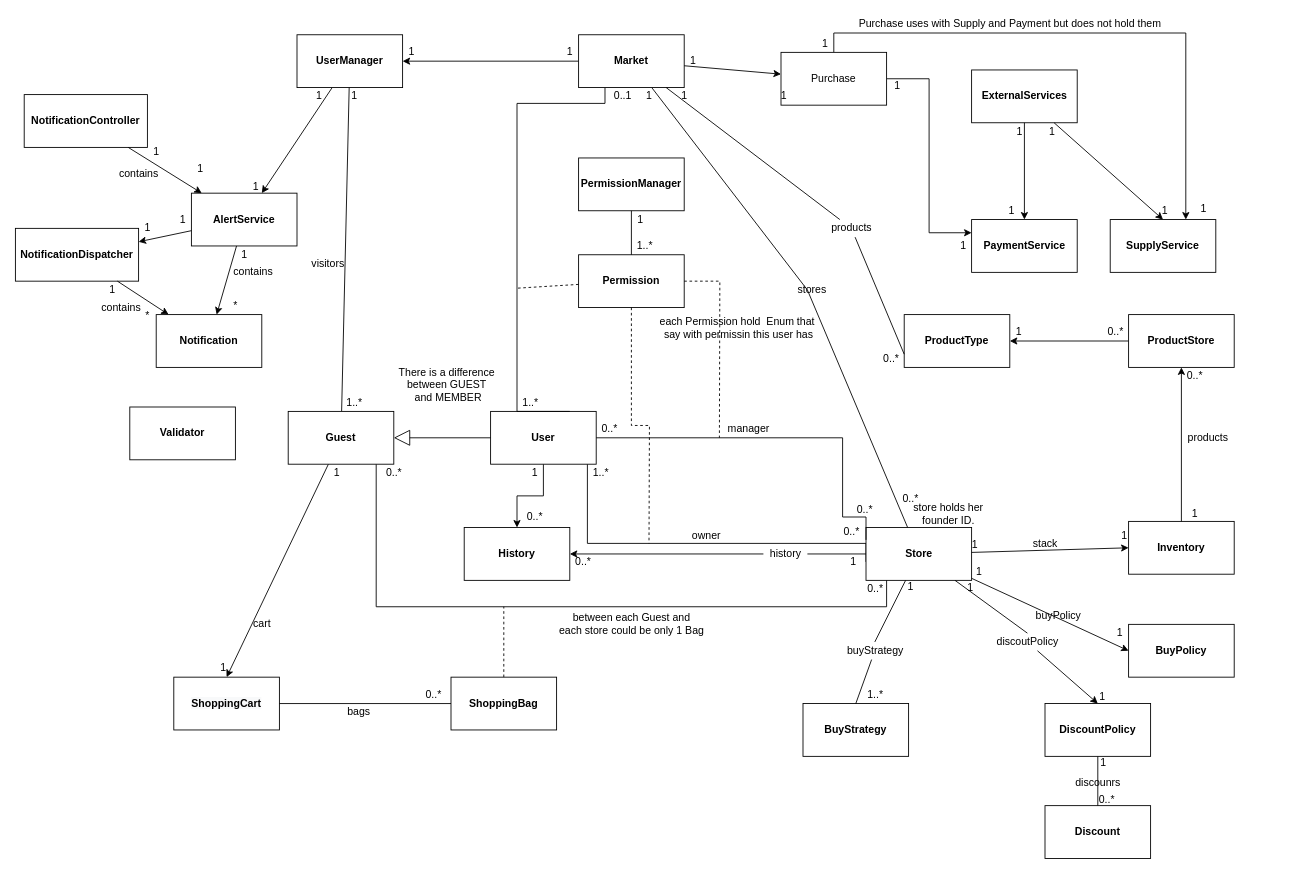
Sadna-Market/Market keeps this draw.io diagram as Files/version 2 - files/white diagram.drawio. Above is the earlier version. Source tidied: cells renumbered, new cells numbered last; positions are measured from the earlier drawing's top-left corner, leaving out a move shared by most shapes. Both pictures are drawn from the tidied source at 88%, with x=0, y=0 at pixel (15, 15).
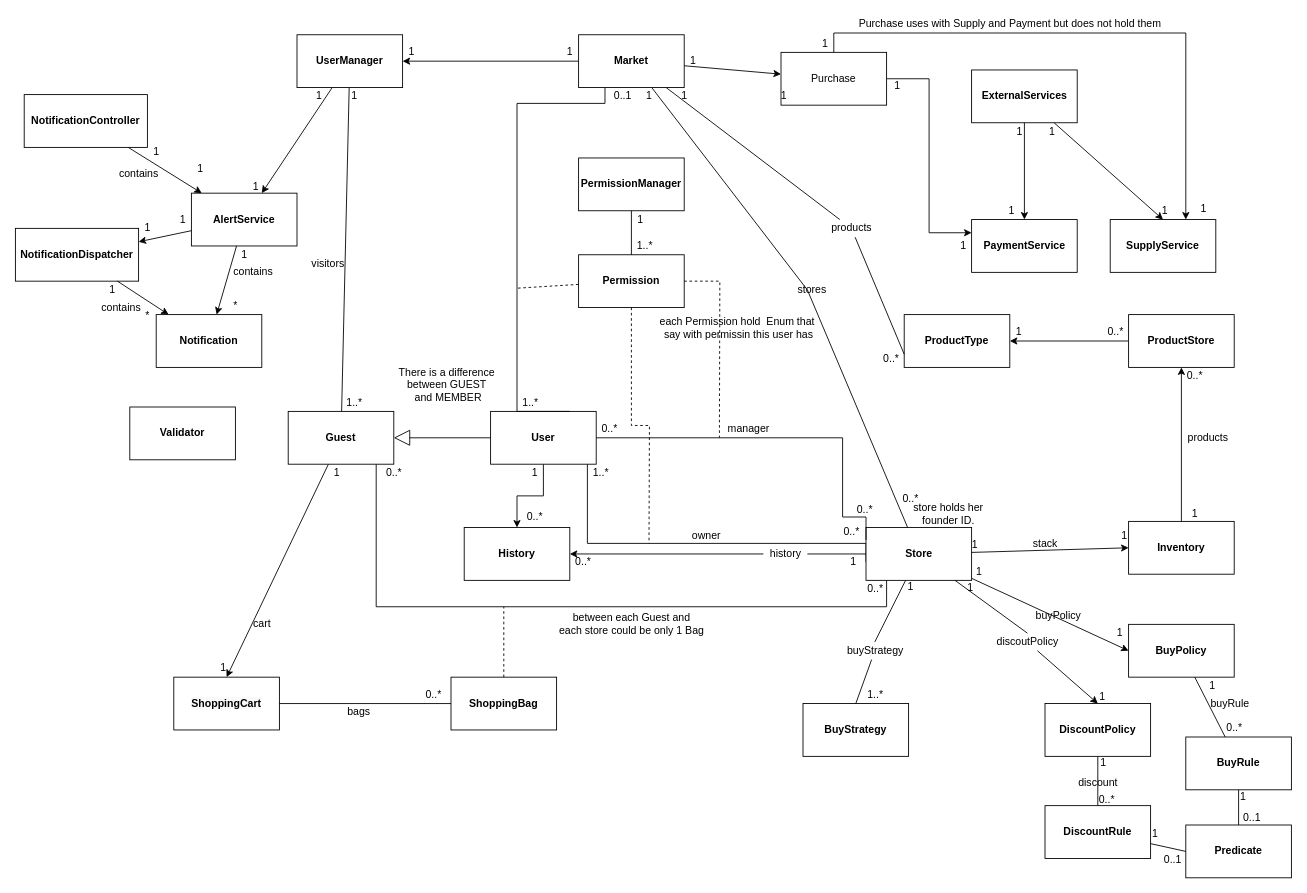
After the change.

Unchanged cells that the change refers to:
```xml
<mxCell id="68" value="&lt;span style=&quot;font-weight: 700&quot;&gt;BuyPolicy&lt;/span&gt;" style="rounded=0;whiteSpace=wrap;html=1;" parent="1" vertex="1">
  <mxGeometry x="1265" y="692" width="120" height="60" as="geometry" />
</mxCell>
```

Change to the diagram source:
```diff
@@
-    <mxCell id="53" value="&lt;b&gt;Discount&lt;/b&gt;" style="rounded=0;whiteSpace=wrap;html=1;" parent="1" vertex="1">
+    <mxCell id="53" value="&lt;b&gt;DiscountRule&lt;/b&gt;" style="rounded=0;whiteSpace=wrap;html=1;" parent="1" vertex="1">
       <mxGeometry x="1170" y="898" width="120" height="60" as="geometry" />
     </mxCell>
@@
-    <mxCell id="57" value="discounrs" style="text;html=1;align=center;verticalAlign=middle;strokeColor=none;fillColor=none;" parent="1" vertex="1">
-      <mxGeometry x="1195" y="862" width="70" height="20" as="geometry" />
+    <mxCell id="57" value="discount" style="text;html=1;align=center;verticalAlign=middle;strokeColor=none;fillColor=none;" parent="1" vertex="1">
+      <mxGeometry x="1200" y="862" width="60" height="20" as="geometry" />
     </mxCell>
@@
+    <mxCell id="148" value="&lt;span&gt;&lt;b&gt;BuyRule&lt;/b&gt;&lt;/span&gt;" style="rounded=0;whiteSpace=wrap;html=1;" parent="1" vertex="1">
+      <mxGeometry x="1330" y="820" width="120" height="60" as="geometry" />
+    </mxCell>
+    <mxCell id="149" style="endArrow=none;html=1;" parent="1" edge="1" source="148" target="68">
+      <mxGeometry relative="1" as="geometry" />
+    </mxCell>
+    <mxCell id="150" value="1" style="text;html=1;align=center;verticalAlign=middle;strokeColor=none;fillColor=none;" parent="1" vertex="1">
+      <mxGeometry x="1350" y="752" width="20" height="20" as="geometry" />
+    </mxCell>
+    <mxCell id="151" value="0..*" style="text;html=1;align=center;verticalAlign=middle;strokeColor=none;fillColor=none;" parent="1" vertex="1">
+      <mxGeometry x="1370" y="800" width="30" height="20" as="geometry" />
+    </mxCell>
+    <mxCell id="152" value="buyRule" style="text;html=1;align=center;verticalAlign=middle;strokeColor=none;fillColor=none;" parent="1" vertex="1">
+      <mxGeometry x="1350" y="772" width="60" height="20" as="geometry" />
+    </mxCell>
+    <mxCell id="153" value="&lt;span&gt;&lt;b&gt;Predicate&lt;/b&gt;&lt;/span&gt;" style="rounded=0;whiteSpace=wrap;html=1;" parent="1" vertex="1">
+      <mxGeometry x="1330" y="920" width="120" height="60" as="geometry" />
+    </mxCell>
+    <mxCell id="154" style="endArrow=none;html=1;entryX=0;entryY=0.5;entryDx=0;entryDy=0;" parent="1" edge="1" source="53" target="153">
+      <mxGeometry relative="1" as="geometry" />
+    </mxCell>
+    <mxCell id="155" style="endArrow=none;html=1;" parent="1" edge="1" source="148" target="153">
+      <mxGeometry relative="1" as="geometry" />
+    </mxCell>
+    <mxCell id="156" value="1" style="text;html=1;align=center;verticalAlign=middle;strokeColor=none;fillColor=none;" parent="1" vertex="1">
+      <mxGeometry x="1385" y="878" width="20" height="20" as="geometry" />
+    </mxCell>
+    <mxCell id="157" value="1" style="text;html=1;align=center;verticalAlign=middle;strokeColor=none;fillColor=none;" parent="1" vertex="1">
+      <mxGeometry x="1285" y="920" width="20" height="20" as="geometry" />
+    </mxCell>
+    <mxCell id="158" value="0..1" style="text;html=1;align=center;verticalAlign=middle;strokeColor=none;fillColor=none;" parent="1" vertex="1">
+      <mxGeometry x="1295" y="950" width="40" height="20" as="geometry" />
+    </mxCell>
+    <mxCell id="159" value="0..1" style="text;html=1;align=center;verticalAlign=middle;strokeColor=none;fillColor=none;" parent="1" vertex="1">
+      <mxGeometry x="1385" y="902" width="40" height="20" as="geometry" />
+    </mxCell>
```
